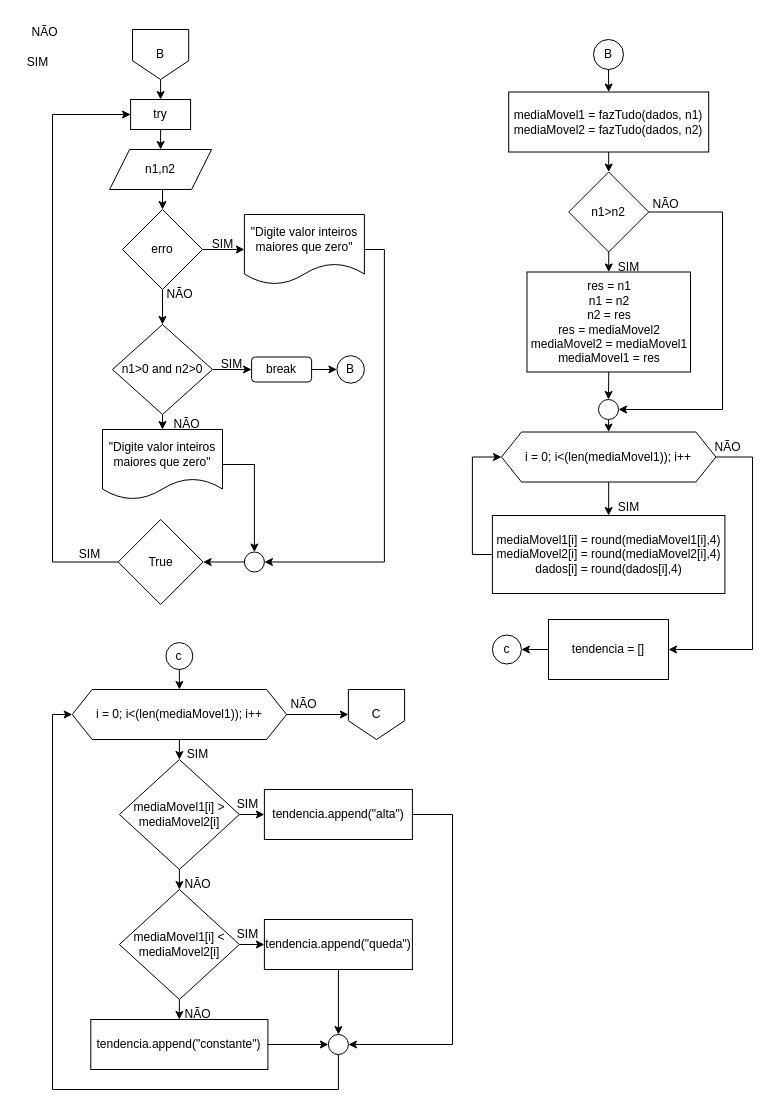
Before: Part2.drawio in KauanBaiense/moving-average, a draw.io diagram. Source tidied: cells renumbered, new cells numbered last; positions are measured from the earlier drawing's top-left corner, leaving out a move shared by most shapes. Both pictures are drawn from the tidied source at 100%, with x=0, y=0 at pixel (17, 17).
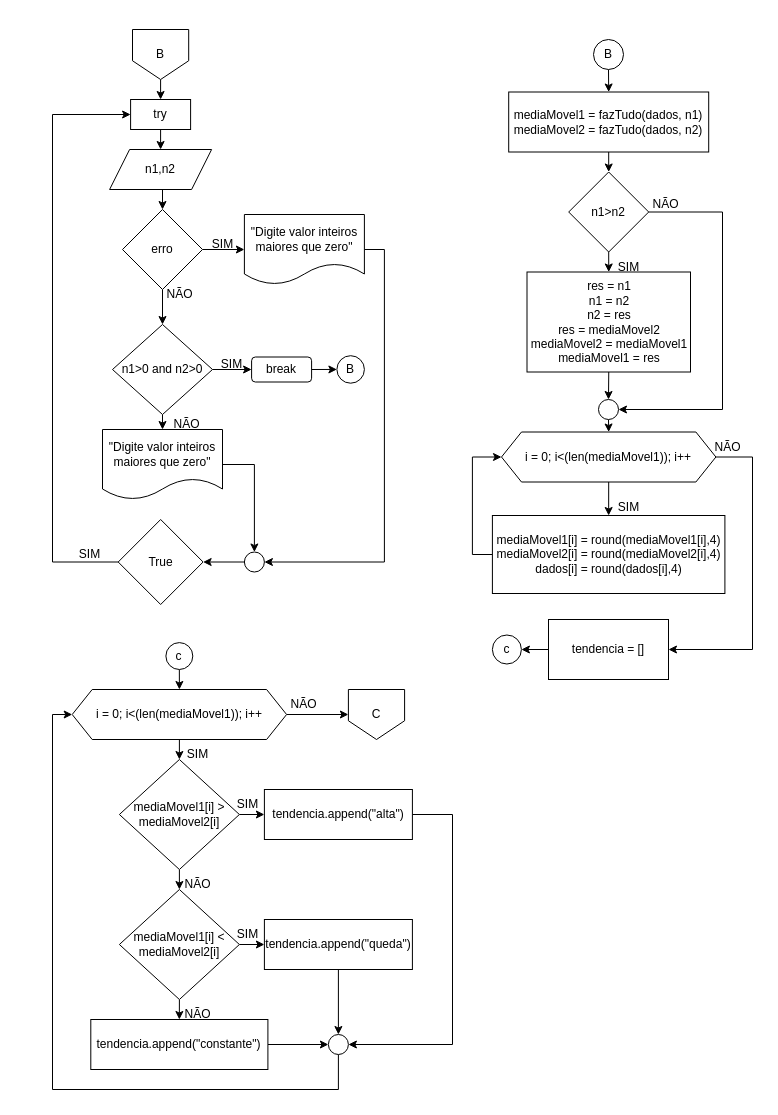
The same page after the edit.

Diff of the diagram source:
```diff
@@
-    <mxCell id="11" value="NÃO" style="text;html=1;align=center;verticalAlign=middle;strokeColor=none;fillColor=none;" parent="1" vertex="1">
-      <mxGeometry x="2.1" y="-0.5" width="50" height="30" as="geometry" />
-    </mxCell>
-    <mxCell id="12" value="SIM" style="text;html=1;align=center;verticalAlign=middle;strokeColor=none;fillColor=none;" parent="1" vertex="1">
-      <mxGeometry y="29.5" width="40" height="30" as="geometry" />
-    </mxCell>
```
